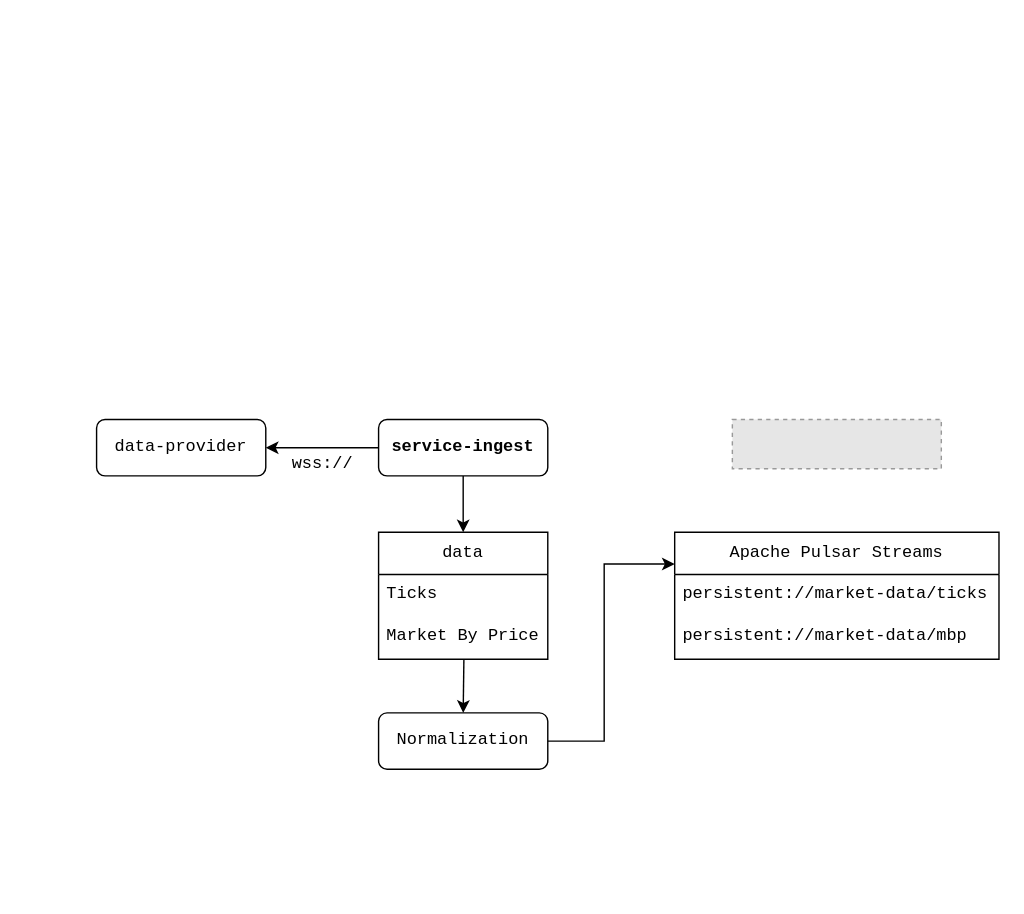
Earlier version of the draw.io diagram backend/service-docs/docs/assets/service-ingest.drawio (rey-sudo/blacker). Source tidied: cells renumbered, new cells numbered last; positions are measured from the earlier drawing's top-left corner, leaving out a move shared by most shapes. Both pictures are drawn from the tidied source at 141%, with x=0, y=0 at pixel (96, 334). Pictures stored in the file or linked from it are replaced by grey dashed boxes.
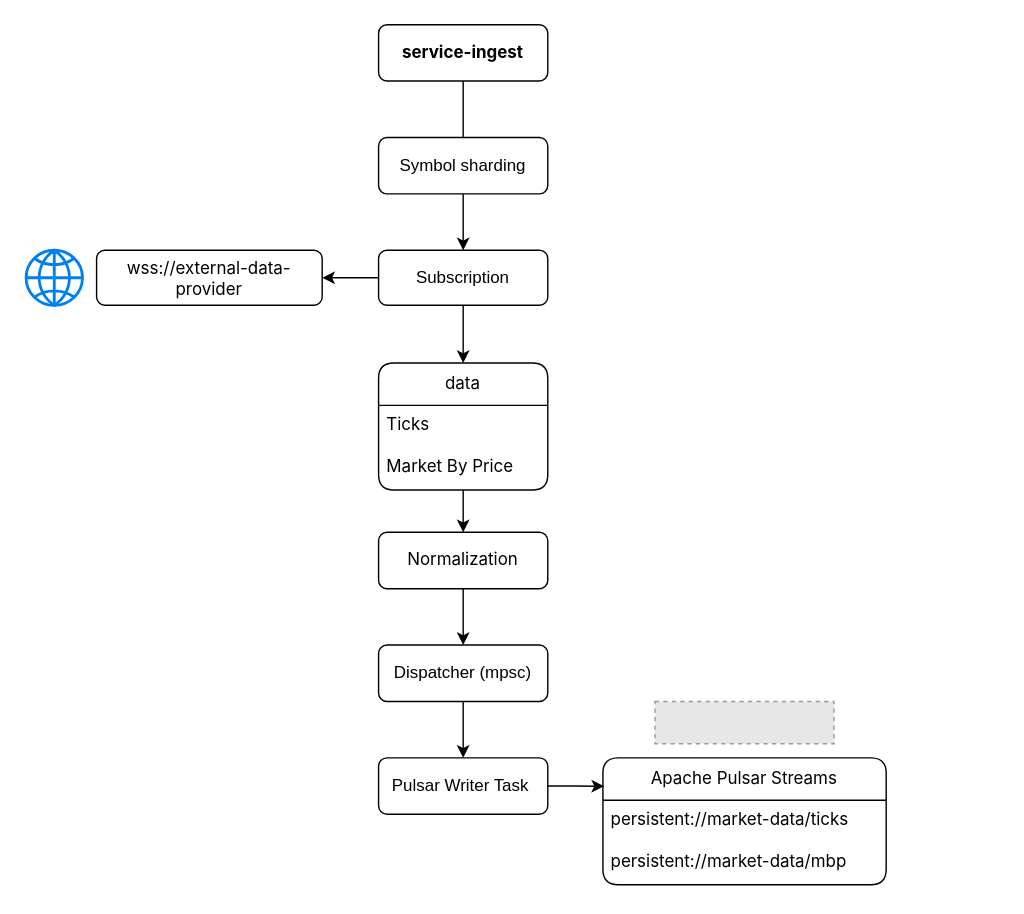
The same diagram, later.

Commit message (it also covers changes not shown here):
update : service-docs service-ingest services.

What changed in the source:
```diff
@@
-    <mxCell id="2" value="data-provider" style="rounded=1;whiteSpace=wrap;html=1;fontFamily=Courier New;fontSize=12;" parent="1" vertex="1">
-      <mxGeometry y="60" width="120" height="40" as="geometry" />
+    <mxCell id="2" value="wss://external-data-provider" style="rounded=1;whiteSpace=wrap;html=1;fontFamily=Inter;fontSize=12;" parent="1" vertex="1">
+      <mxGeometry y="-60" width="160" height="39" as="geometry" />
     </mxCell>
-    <mxCell id="3" style="sketch=0;fontColor=#232F3E;gradientColor=none;fillColor=#FFFFFF;strokeColor=none;dashed=0;verticalLabelPosition=bottom;verticalAlign=top;align=center;html=1;fontSize=12;fontStyle=0;shape=mxgraph.aws4.globe;fontFamily=Courier New;" parent="1" vertex="1">
-      <mxGeometry x="35" width="50" height="50" as="geometry" />
+    <mxCell id="3" style="sketch=0;fontColor=#232F3E;gradientColor=none;fillColor=#FFFFFF;strokeColor=none;verticalLabelPosition=bottom;verticalAlign=top;align=center;html=1;fontSize=12;fontStyle=0;shape=mxgraph.aws4.globe;fontFamily=Inter;" parent="1" vertex="1">
+      <mxGeometry x="35" y="-120" width="50" height="50" as="geometry" />
     </mxCell>
-    <mxCell id="4" style="edgeStyle=orthogonalEdgeStyle;rounded=0;jettySize=auto;html=1;exitX=0;exitY=0.5;exitDx=0;exitDy=0;entryX=1;entryY=0.5;entryDx=0;entryDy=0;fontFamily=Courier New;fontSize=12;" parent="1" edge="1" source="6" target="2">
-      <mxGeometry relative="1" as="geometry" />
-    </mxCell>
-    <mxCell id="5" style="edgeStyle=orthogonalEdgeStyle;rounded=0;jettySize=auto;html=1;exitX=0.5;exitY=1;exitDx=0;exitDy=0;entryX=0.5;entryY=0;entryDx=0;entryDy=0;fontFamily=Courier New;fontSize=12;" parent="1" edge="1" source="6" target="8">
-      <mxGeometry relative="1" as="geometry" />
-    </mxCell>
+    <mxCell id="18" style="edgeStyle=orthogonalEdgeStyle;rounded=0;jettySize=auto;html=1;" parent="1" edge="1" source="6" target="23">
+      <mxGeometry relative="1" as="geometry" />
+    </mxCell>
-    <mxCell id="6" value="&lt;b&gt;service-ingest&lt;/b&gt;" style="rounded=1;whiteSpace=wrap;html=1;fontFamily=Courier New;fontSize=12;fillColor=default;" parent="1" vertex="1">
-      <mxGeometry x="200" y="60" width="120" height="40" as="geometry" />
+    <mxCell id="6" value="&lt;b&gt;service-ingest&lt;/b&gt;" style="rounded=1;whiteSpace=wrap;html=1;fontFamily=Inter;fontSize=12;fillColor=default;" parent="1" vertex="1">
+      <mxGeometry x="200" y="-220" width="120" height="40" as="geometry" />
     </mxCell>
-    <mxCell id="7" value="wss://" style="text;html=1;whiteSpace=wrap;strokeColor=none;fillColor=none;align=center;verticalAlign=middle;rounded=0;fontFamily=Courier New;fontSize=12;" parent="1" vertex="1">
-      <mxGeometry x="138" y="81" width="45" height="21" as="geometry" />
-    </mxCell>
-    <mxCell id="8" value="data" style="swimlane;fontStyle=0;horizontal=1;startSize=30;whiteSpace=wrap;html=1;fontFamily=Courier New;fontSize=12;verticalAlign=middle;" parent="1" vertex="1">
-      <mxGeometry x="200" y="140" width="120" height="90" as="geometry" />
+    <mxCell id="8" value="data" style="swimlane;fontStyle=0;horizontal=1;startSize=30;whiteSpace=wrap;html=1;fontFamily=Inter;fontSize=12;verticalAlign=middle;rounded=1;arcSize=12;" parent="1" vertex="1">
+      <mxGeometry x="200" y="20" width="120" height="90" as="geometry" />
     </mxCell>
-    <mxCell id="9" value="Ticks" style="text;strokeColor=none;fillColor=none;align=left;verticalAlign=top;spacingLeft=4;spacingRight=4;overflow=hidden;whiteSpace=wrap;html=1;fontFamily=Courier New;fontSize=12;" parent="8" vertex="1">
+    <mxCell id="9" value="Ticks" style="text;strokeColor=none;fillColor=none;align=left;verticalAlign=top;spacingLeft=4;spacingRight=4;overflow=hidden;whiteSpace=wrap;html=1;fontFamily=Inter;fontSize=12;" parent="8" vertex="1">
       <mxGeometry y="30" width="120" height="30" as="geometry" />
     </mxCell>
-    <mxCell id="10" value="Market By Price" style="text;strokeColor=none;fillColor=none;align=left;verticalAlign=top;spacingLeft=4;spacingRight=4;overflow=hidden;points=[[0,0.5],[1,0.5]];portConstraint=eastwest;whiteSpace=wrap;html=1;fontFamily=Courier New;fontSize=12;" parent="8" vertex="1">
+    <mxCell id="10" value="Market By Price" style="text;strokeColor=none;fillColor=none;align=left;verticalAlign=top;spacingLeft=4;spacingRight=4;overflow=hidden;points=[[0,0.5],[1,0.5]];portConstraint=eastwest;whiteSpace=wrap;html=1;fontFamily=Inter;fontSize=12;" parent="8" vertex="1">
       <mxGeometry y="60" width="120" height="30" as="geometry" />
     </mxCell>
-    <mxCell id="11" value="Apache Pulsar Streams" style="swimlane;fontStyle=0;horizontal=1;startSize=30;whiteSpace=wrap;html=1;fontSize=12;fontFamily=Courier New;verticalAlign=middle;" parent="1" vertex="1">
-      <mxGeometry x="410" y="140" width="230" height="90" as="geometry" />
+    <mxCell id="11" value="Apache Pulsar Streams" style="swimlane;fontStyle=0;horizontal=1;startSize=30;whiteSpace=wrap;html=1;fontSize=12;fontFamily=Inter;verticalAlign=middle;rounded=1;arcSize=12;" parent="1" vertex="1">
+      <mxGeometry x="359.1" y="300" width="200.9" height="90" as="geometry" />
     </mxCell>
-    <mxCell id="12" value="&lt;div&gt;persistent://market-data/ticks&lt;/div&gt;&lt;div&gt;&lt;br&gt;&lt;/div&gt;" style="text;strokeColor=none;fillColor=none;align=left;verticalAlign=top;spacingLeft=4;spacingRight=4;overflow=hidden;whiteSpace=wrap;html=1;fontSize=12;fontFamily=Courier New;" parent="11" vertex="1">
-      <mxGeometry y="30" width="230" height="30" as="geometry" />
+    <mxCell id="12" value="&lt;div&gt;persistent://market-data/ticks&lt;/div&gt;&lt;div&gt;&lt;br&gt;&lt;/div&gt;" style="text;strokeColor=none;fillColor=none;align=left;verticalAlign=top;spacingLeft=4;spacingRight=4;overflow=hidden;whiteSpace=wrap;html=1;fontSize=12;fontFamily=Inter;" parent="11" vertex="1">
+      <mxGeometry y="30" width="200.9" height="30" as="geometry" />
     </mxCell>
-    <mxCell id="13" value="&lt;div&gt;persistent://market-data/mbp&lt;/div&gt;&lt;div&gt;&lt;br&gt;&lt;/div&gt;" style="text;strokeColor=none;fillColor=none;align=left;verticalAlign=top;spacingLeft=4;spacingRight=4;overflow=hidden;whiteSpace=wrap;html=1;fontSize=12;fontFamily=Courier New;" parent="11" vertex="1">
-      <mxGeometry y="60" width="230" height="30" as="geometry" />
+    <mxCell id="13" value="&lt;div&gt;persistent://market-data/mbp&lt;/div&gt;&lt;div&gt;&lt;br&gt;&lt;/div&gt;" style="text;strokeColor=none;fillColor=none;align=left;verticalAlign=top;spacingLeft=4;spacingRight=4;overflow=hidden;whiteSpace=wrap;html=1;fontSize=12;fontFamily=Inter;" parent="11" vertex="1">
+      <mxGeometry y="60" width="200.9" height="30" as="geometry" />
     </mxCell>
-    <mxCell id="14" style="fillColor=#E6E6E6;strokeColor=#999999;dashed=1;fontFamily=Courier New;" parent="1" vertex="1">
-      <mxGeometry x="450.9" y="60" width="148.2" height="35" as="geometry" />
+    <mxCell id="14" style="fillColor=#E6E6E6;strokeColor=#999999;dashed=1;fontFamily=Inter;" parent="1" vertex="1">
+      <mxGeometry x="396" y="260" width="127" height="30" as="geometry" />
     </mxCell>
-    <mxCell id="15" style="edgeStyle=orthogonalEdgeStyle;rounded=0;jettySize=auto;html=1;exitX=1;exitY=0.5;exitDx=0;exitDy=0;entryX=0;entryY=0.25;entryDx=0;entryDy=0;fontFamily=Courier New;" parent="1" edge="1" source="16" target="11">
-      <mxGeometry relative="1" as="geometry">
-        <Array as="points">
-          <mxPoint x="360" y="288" />
-          <mxPoint x="360" y="162" />
-        </Array>
-      </mxGeometry>
-    </mxCell>
+    <mxCell id="19" style="edgeStyle=orthogonalEdgeStyle;rounded=0;jettySize=auto;html=1;exitX=0.5;exitY=1;exitDx=0;exitDy=0;entryX=0.5;entryY=0;entryDx=0;entryDy=0;" parent="1" edge="1" source="16" target="26">
+      <mxGeometry relative="1" as="geometry" />
+    </mxCell>
-    <mxCell id="16" value="&lt;font&gt;Normalization&lt;/font&gt;" style="rounded=1;whiteSpace=wrap;html=1;fontFamily=Courier New;" parent="1" vertex="1">
-      <mxGeometry x="200" y="268.1" width="120" height="40" as="geometry" />
+    <mxCell id="16" value="&lt;font&gt;Normalization&lt;/font&gt;" style="rounded=1;whiteSpace=wrap;html=1;fontFamily=Inter;" parent="1" vertex="1">
+      <mxGeometry x="200" y="140" width="120" height="40" as="geometry" />
     </mxCell>
-    <mxCell id="17" style="edgeStyle=orthogonalEdgeStyle;rounded=0;jettySize=auto;html=1;exitX=0.5;exitY=0;exitDx=0;exitDy=0;entryX=0.504;entryY=1.064;entryDx=0;entryDy=0;entryPerimeter=0;endArrow=none;endFill=0;startArrow=classic;startFill=1;fontFamily=Courier New;" parent="1" edge="1" source="16">
-      <mxGeometry relative="1" as="geometry">
-        <mxPoint x="260.5" y="230" as="targetPoint" />
-      </mxGeometry>
-    </mxCell>
+    <mxCell id="20" value="Symbol sharding" style="rounded=1;whiteSpace=wrap;html=1;" parent="1" vertex="1">
+      <mxGeometry x="200" y="-140" width="120" height="40" as="geometry" />
+    </mxCell>
+    <mxCell id="21" style="edgeStyle=orthogonalEdgeStyle;rounded=0;jettySize=auto;html=1;exitX=0;exitY=0.5;exitDx=0;exitDy=0;entryX=1;entryY=0.5;entryDx=0;entryDy=0;" parent="1" edge="1" source="23" target="2">
+      <mxGeometry relative="1" as="geometry" />
+    </mxCell>
+    <mxCell id="22" style="edgeStyle=orthogonalEdgeStyle;rounded=0;jettySize=auto;html=1;exitX=0.5;exitY=1;exitDx=0;exitDy=0;entryX=0.5;entryY=0;entryDx=0;entryDy=0;" parent="1" edge="1" source="23" target="8">
+      <mxGeometry relative="1" as="geometry" />
+    </mxCell>
+    <mxCell id="23" value="Subscription" style="rounded=1;whiteSpace=wrap;html=1;" parent="1" vertex="1">
+      <mxGeometry x="200" y="-60" width="120" height="39" as="geometry" />
+    </mxCell>
+    <mxCell id="24" style="html=1;verticalLabelPosition=bottom;align=center;labelBackgroundColor=#ffffff;verticalAlign=top;strokeWidth=2;strokeColor=#0080F0;shadow=0;shape=mxgraph.ios7.icons.globe;" parent="1" vertex="1">
+      <mxGeometry x="-50" y="-60" width="40" height="39" as="geometry" />
+    </mxCell>
+    <mxCell id="25" style="edgeStyle=orthogonalEdgeStyle;rounded=0;jettySize=auto;html=1;exitX=0.5;exitY=1;exitDx=0;exitDy=0;entryX=0.5;entryY=0;entryDx=0;entryDy=0;" parent="1" edge="1" source="26" target="28">
+      <mxGeometry relative="1" as="geometry" />
+    </mxCell>
+    <mxCell id="26" value="Dispatcher (mpsc)" style="rounded=1;whiteSpace=wrap;html=1;" parent="1" vertex="1">
+      <mxGeometry x="200" y="220" width="120" height="40" as="geometry" />
+    </mxCell>
+    <mxCell id="27" style="edgeStyle=orthogonalEdgeStyle;rounded=0;jettySize=auto;html=1;exitX=1;exitY=0.5;exitDx=0;exitDy=0;" parent="1" edge="1" source="28">
+      <mxGeometry relative="1" as="geometry">
+        <mxPoint x="360" y="320.1" as="targetPoint" />
+      </mxGeometry>
+    </mxCell>
+    <mxCell id="28" value="Pulsar Writer Task&amp;nbsp;" style="rounded=1;whiteSpace=wrap;html=1;" parent="1" vertex="1">
+      <mxGeometry x="200" y="300" width="120" height="40" as="geometry" />
+    </mxCell>
+    <mxCell id="29" style="edgeStyle=orthogonalEdgeStyle;rounded=0;jettySize=auto;html=1;exitX=0.5;exitY=0;exitDx=0;exitDy=0;entryX=0.5;entryY=1;entryDx=0;entryDy=0;entryPerimeter=0;startArrow=classic;startFill=1;endArrow=none;endFill=0;" parent="1" edge="1" source="16" target="10">
+      <mxGeometry relative="1" as="geometry" />
+    </mxCell>
```
